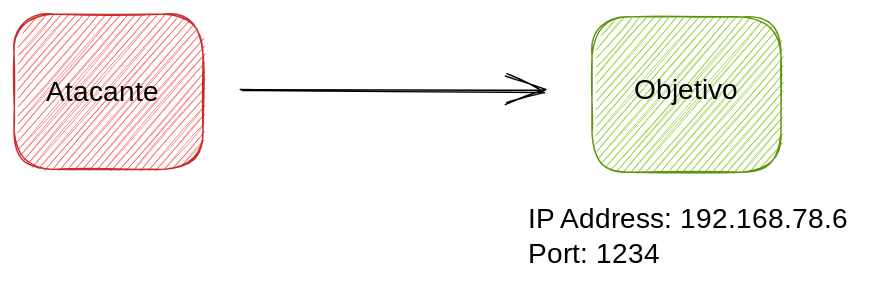
Before: .gitbook/assets/file.excalidraw (2).svg, a diagram exported from Excalidraw (4c65a/Great-Hacker-GitBook). Source tidied: one line per element, renumbered; positions are measured from the earlier drawing's top-left corner, leaving out a move shared by most shapes.
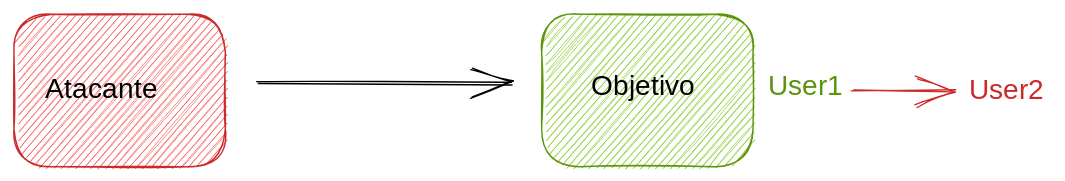
After the commit.

The edit, as a diff of the source:
```diff
@@ -1,6 +1,8 @@
-{"id": 0, "type": "rectangle", "strokeColor": "#c92a2a", "backgroundColor": "#fa5252", "fillStyle": "hachure", "strokeWidth": 1, "roughness": 1, "round": true, "x": 0, "y": 0, "width": 135, "height": 111}
-{"id": 1, "type": "rectangle", "strokeColor": "#5c940d", "backgroundColor": "#82c91e", "fillStyle": "hachure", "strokeWidth": 1, "roughness": 1, "round": true, "x": 413, "y": 2, "width": 135, "height": 111}
-{"id": 2, "type": "arrow", "strokeColor": "#000000", "strokeWidth": 1, "roughness": 1, "endArrowhead": "arrow", "round": true, "x": 163, "y": 54, "width": 215, "height": 1, "points": [[0, 0], [215, 1]]}
+{"id": 6, "type": "rectangle", "strokeColor": "#c92a2a", "backgroundColor": "#fa5252", "fillStyle": "hachure", "strokeWidth": 1, "roughness": 1, "round": true, "x": -7, "y": -18, "width": 151, "height": 109}
+{"id": 7, "type": "rectangle", "strokeColor": "#5c940d", "backgroundColor": "#82c91e", "fillStyle": "hachure", "strokeWidth": 1, "roughness": 1, "round": true, "x": 370, "y": -18, "width": 151, "height": 109}
+{"id": 8, "type": "arrow", "strokeColor": "#000000", "backgroundColor": "#fa5252", "fillStyle": "hachure", "strokeWidth": 1, "roughness": 1, "endArrowhead": "arrow", "round": true, "from": 6, "to": 7, "x": 167, "y": 32, "width": 181, "height": 0, "points": [[0, 0], [181, 0]]}
+{"id": 4, "type": "text", "text": "Atacante", "strokeColor": "#000000", "backgroundColor": "#fa5252", "fillStyle": "hachure", "strokeWidth": 1, "roughness": 1, "fontSize": 20, "fontFamily": 1, "x": 15, "y": 24, "width": 93, "height": 25}
-{"id": 3, "type": "text", "text": "Objetivo", "strokeColor": "#000000", "strokeWidth": 1, "roughness": 1, "fontSize": 20, "fontFamily": 1, "x": 443, "y": 43, "width": 79, "height": 25}
+{"id": 3, "type": "text", "text": "Objetivo", "strokeColor": "#000000", "backgroundColor": "#fa5252", "fillStyle": "hachure", "strokeWidth": 1, "roughness": 1, "fontSize": 20, "fontFamily": 1, "x": 405, "y": 22, "width": 79, "height": 25}
-{"id": 4, "type": "text", "text": "Atacante", "strokeColor": "#000000", "strokeWidth": 1, "roughness": 1, "fontSize": 20, "fontFamily": 1, "x": 23, "y": 44, "width": 93, "height": 25}
-{"id": 5, "type": "text", "text": "IP Address: 192.168.78.6\nPort: 1234", "strokeColor": "#000000", "strokeWidth": 1, "roughness": 1, "fontSize": 20, "fontFamily": 1, "x": 367, "y": 135, "width": 247, "height": 50}
+{"id": 9, "type": "text", "text": "User1", "strokeColor": "#5c940d", "backgroundColor": "#fa5252", "fillStyle": "hachure", "strokeWidth": 1, "roughness": 1, "fontSize": 20, "fontFamily": 1, "x": 532, "y": 22, "width": 50, "height": 25}
+{"id": 10, "type": "arrow", "strokeColor": "#c92a2a", "backgroundColor": "#fa5252", "fillStyle": "hachure", "strokeWidth": 1, "roughness": 1, "endArrowhead": "arrow", "round": true, "from": 9, "to": 11, "x": 592, "y": 36, "width": 73, "height": 0, "points": [[0, 0], [73, 0]]}
+{"id": 11, "type": "text", "text": "User2", "strokeColor": "#c92a2a", "backgroundColor": "#fa5252", "fillStyle": "hachure", "strokeWidth": 1, "roughness": 1, "fontSize": 20, "fontFamily": 1, "x": 675, "y": 25, "width": 59, "height": 25}
```
